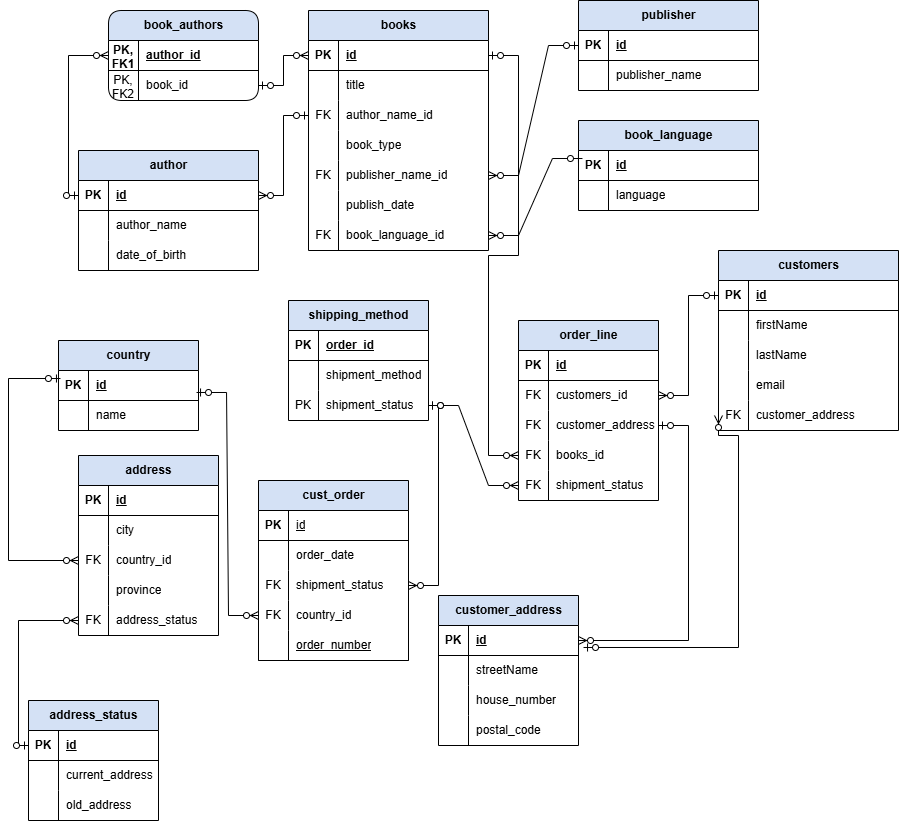
the7thsage376/Bookstore_Database keeps this draw.io diagram as Bookstore_Database.drawio.png. Above is the earlier version. Source tidied: cells renumbered, new cells last; positions are measured from the earlier drawing's top-left corner, leaving out a move shared by most shapes.
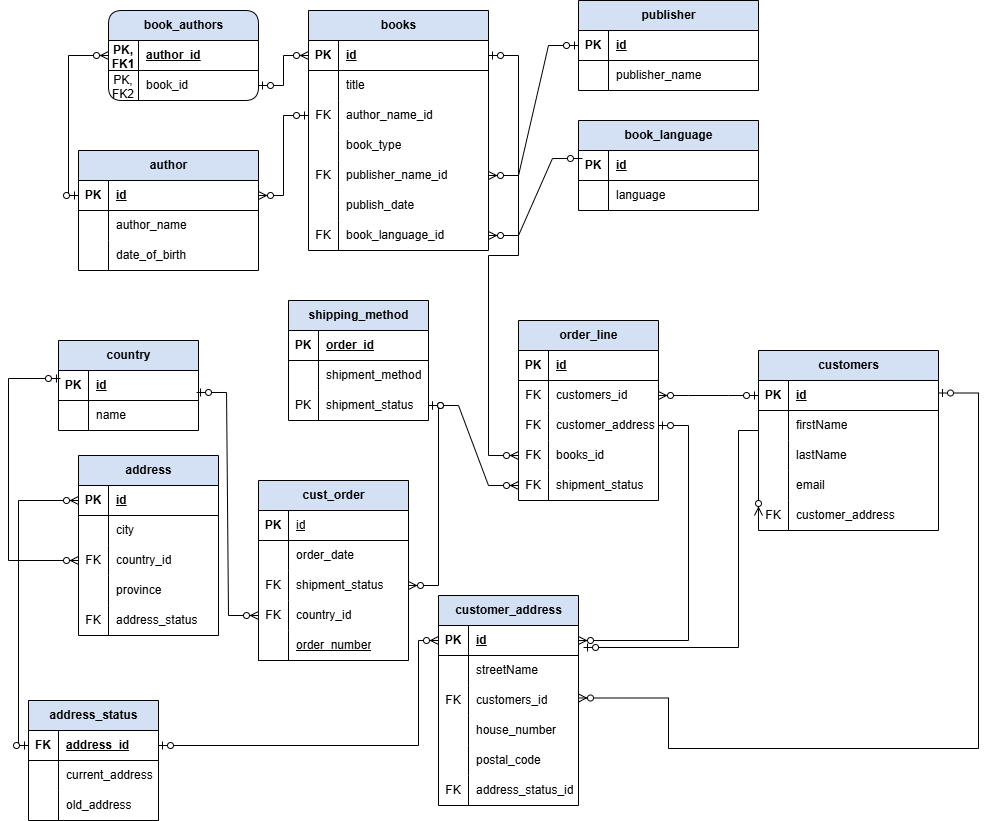
Later version of the same file.

Change to the diagram source:
```diff
@@ -29,10 +29,10 @@
     <mxCell id="10" style="shape=tableRow;horizontal=0;startSize=0;swimlaneHead=0;swimlaneBody=0;fillColor=none;points=[[0,0.5],[1,0.5]];portConstraint=eastwest;top=0;left=0;right=0;bottom=1;" parent="9" vertex="1">
       <mxGeometry y="30" width="130" height="30" as="geometry" />
     </mxCell>
-    <mxCell id="11" value="PK" style="shape=partialRectangle;fillColor=none;top=0;left=0;bottom=0;right=0;fontStyle=1;overflow=hidden;whiteSpace=wrap;html=1;" parent="10" vertex="1">
+    <mxCell id="11" value="FK" style="shape=partialRectangle;fillColor=none;top=0;left=0;bottom=0;right=0;fontStyle=1;overflow=hidden;whiteSpace=wrap;html=1;" parent="10" vertex="1">
       <mxGeometry width="30" height="30" as="geometry" />
     </mxCell>
-    <mxCell id="12" value="id" style="shape=partialRectangle;fillColor=none;top=0;left=0;bottom=0;right=0;align=left;spacingLeft=6;fontStyle=5;overflow=hidden;whiteSpace=wrap;html=1;" parent="10" vertex="1">
+    <mxCell id="12" value="address_id" style="shape=partialRectangle;fillColor=none;top=0;left=0;bottom=0;right=0;align=left;spacingLeft=6;fontStyle=5;overflow=hidden;whiteSpace=wrap;html=1;" parent="10" vertex="1">
       <mxGeometry x="30" width="100" height="30" as="geometry" />
     </mxCell>
     <mxCell id="13" style="shape=tableRow;horizontal=0;startSize=0;swimlaneHead=0;swimlaneBody=0;fillColor=none;top=0;left=0;right=0;bottom=0;" parent="9" vertex="1">
@@ -418,7 +418,7 @@
       <mxGeometry relative="1" as="geometry" />
     </mxCell>
     <mxCell id="137" value="customer_address" style="shape=table;startSize=30;rowLines=0;fontStyle=1;align=center;html=1;fillColor=#D4E1F5;" parent="1" vertex="1">
-      <mxGeometry x="430" y="595" width="140" height="150" as="geometry" />
+      <mxGeometry x="430" y="595" width="140" height="210" as="geometry" />
     </mxCell>
     <mxCell id="138" style="shape=tableRow;horizontal=0;startSize=0;swimlaneHead=0;swimlaneBody=0;fillColor=none;points=[[0,0.5],[1,0.5]];portConstraint=eastwest;top=0;left=0;right=0;bottom=1;" parent="137" vertex="1">
       <mxGeometry y="30" width="140" height="30" as="geometry" />
@@ -441,19 +441,37 @@
     <mxCell id="144" style="shape=tableRow;horizontal=0;startSize=0;swimlaneHead=0;swimlaneBody=0;fillColor=none;top=0;left=0;right=0;bottom=0;" parent="137" vertex="1">
       <mxGeometry y="90" width="140" height="30" as="geometry" />
     </mxCell>
-    <mxCell id="145" style="shape=partialRectangle;fillColor=none;top=0;left=0;bottom=0;right=0;overflow=hidden;whiteSpace=wrap;html=1;" parent="144" vertex="1">
+    <mxCell id="145" value="FK" style="shape=partialRectangle;fillColor=none;top=0;left=0;bottom=0;right=0;overflow=hidden;whiteSpace=wrap;html=1;" parent="144" vertex="1">
       <mxGeometry width="30" height="30" as="geometry" />
     </mxCell>
-    <mxCell id="146" value="house_number" style="shape=partialRectangle;fillColor=none;top=0;left=0;bottom=0;right=0;align=left;spacingLeft=6;overflow=hidden;whiteSpace=wrap;html=1;" parent="144" vertex="1">
+    <mxCell id="146" value="customers_id" style="shape=partialRectangle;fillColor=none;top=0;left=0;bottom=0;right=0;align=left;spacingLeft=6;overflow=hidden;whiteSpace=wrap;html=1;" parent="144" vertex="1">
       <mxGeometry x="30" width="110" height="30" as="geometry" />
     </mxCell>
+    <mxCell id="173" style="shape=tableRow;horizontal=0;startSize=0;swimlaneHead=0;swimlaneBody=0;fillColor=none;top=0;left=0;right=0;bottom=0;" parent="137" vertex="1">
+      <mxGeometry y="120" width="140" height="30" as="geometry" />
+    </mxCell>
+    <mxCell id="174" style="shape=partialRectangle;fillColor=none;top=0;left=0;bottom=0;right=0;overflow=hidden;whiteSpace=wrap;html=1;" parent="173" vertex="1">
+      <mxGeometry width="30" height="30" as="geometry" />
+    </mxCell>
+    <mxCell id="175" value="house_number" style="shape=partialRectangle;fillColor=none;top=0;left=0;bottom=0;right=0;align=left;spacingLeft=6;overflow=hidden;whiteSpace=wrap;html=1;" parent="173" vertex="1">
+      <mxGeometry x="30" width="110" height="30" as="geometry" />
+    </mxCell>
+    <mxCell id="176" style="shape=tableRow;horizontal=0;startSize=0;swimlaneHead=0;swimlaneBody=0;fillColor=none;top=0;left=0;right=0;bottom=0;" parent="137" vertex="1">
+      <mxGeometry y="150" width="140" height="30" as="geometry" />
+    </mxCell>
+    <mxCell id="177" style="shape=partialRectangle;fillColor=none;top=0;left=0;bottom=0;right=0;overflow=hidden;whiteSpace=wrap;html=1;" parent="176" vertex="1">
+      <mxGeometry width="30" height="30" as="geometry" />
+    </mxCell>
+    <mxCell id="178" value="postal_code" style="shape=partialRectangle;fillColor=none;top=0;left=0;bottom=0;right=0;align=left;spacingLeft=6;overflow=hidden;whiteSpace=wrap;html=1;" parent="176" vertex="1">
+      <mxGeometry x="30" width="110" height="30" as="geometry" />
+    </mxCell>
     <mxCell id="147" style="shape=tableRow;horizontal=0;startSize=0;swimlaneHead=0;swimlaneBody=0;fillColor=none;top=0;left=0;right=0;bottom=0;" parent="137" vertex="1">
-      <mxGeometry y="120" width="140" height="30" as="geometry" />
+      <mxGeometry y="180" width="140" height="30" as="geometry" />
     </mxCell>
-    <mxCell id="148" style="shape=partialRectangle;fillColor=none;top=0;left=0;bottom=0;right=0;overflow=hidden;whiteSpace=wrap;html=1;" parent="147" vertex="1">
+    <mxCell id="148" value="FK" style="shape=partialRectangle;fillColor=none;top=0;left=0;bottom=0;right=0;overflow=hidden;whiteSpace=wrap;html=1;" parent="147" vertex="1">
       <mxGeometry width="30" height="30" as="geometry" />
     </mxCell>
-    <mxCell id="149" value="postal_code" style="shape=partialRectangle;fillColor=none;top=0;left=0;bottom=0;right=0;align=left;spacingLeft=6;overflow=hidden;whiteSpace=wrap;html=1;" parent="147" vertex="1">
+    <mxCell id="149" value="address_status_id" style="shape=partialRectangle;fillColor=none;top=0;left=0;bottom=0;right=0;align=left;spacingLeft=6;overflow=hidden;whiteSpace=wrap;html=1;" parent="147" vertex="1">
       <mxGeometry x="30" width="110" height="30" as="geometry" />
     </mxCell>
     <mxCell id="150" style="edgeStyle=entityRelationEdgeStyle;fontSize=12;html=1;endArrow=ERzeroToMany;startArrow=ERzeroToOne;rounded=0;strokeWidth=1;entryX=1;entryY=0.5;entryDx=0;entryDy=0;" parent="1" edge="1" source="152" target="37">
@@ -465,7 +483,7 @@
       </mxGeometry>
     </mxCell>
     <mxCell id="151" value="customers" style="shape=table;startSize=30;rowLines=0;fontStyle=1;align=center;html=1;fillColor=#D4E1F5;" parent="1" vertex="1">
-      <mxGeometry x="710" y="250" width="180" height="180" as="geometry" />
+      <mxGeometry x="750" y="350" width="180" height="180" as="geometry" />
     </mxCell>
     <mxCell id="152" style="shape=tableRow;horizontal=0;startSize=0;swimlaneHead=0;swimlaneBody=0;fillColor=none;points=[[0,0.5],[1,0.5]];portConstraint=eastwest;top=0;left=0;right=0;bottom=1;" parent="151" vertex="1">
       <mxGeometry y="30" width="180" height="30" as="geometry" />
@@ -512,7 +530,7 @@
     <mxCell id="166" value="customer_address" style="shape=partialRectangle;fillColor=none;top=0;left=0;bottom=0;right=0;align=left;spacingLeft=6;overflow=hidden;whiteSpace=wrap;html=1;" parent="164" vertex="1">
       <mxGeometry x="30" width="150" height="30" as="geometry" />
     </mxCell>
-    <mxCell id="167" style="edgeStyle=orthogonalEdgeStyle;fontSize=12;html=1;endArrow=ERzeroToMany;startArrow=ERzeroToOne;rounded=0;strokeWidth=1;entryX=0;entryY=0.5;entryDx=0;entryDy=0;exitX=0;exitY=0.5;exitDx=0;exitDy=0;" parent="1" edge="1" source="10" target="131">
+    <mxCell id="167" style="edgeStyle=orthogonalEdgeStyle;fontSize=12;html=1;endArrow=ERzeroToMany;startArrow=ERzeroToOne;rounded=0;strokeWidth=1;exitX=0;exitY=0.5;exitDx=0;exitDy=0;entryX=0;entryY=0.5;entryDx=0;entryDy=0;" parent="1" edge="1" source="10" target="119">
       <mxGeometry relative="1" as="geometry" />
     </mxCell>
     <mxCell id="168" style="edgeStyle=entityRelationEdgeStyle;fontSize=12;html=1;endArrow=ERzeroToMany;startArrow=ERzeroToOne;rounded=0;strokeWidth=1;entryX=0;entryY=0.5;entryDx=0;entryDy=0;exitX=0.986;exitY=0.733;exitDx=0;exitDy=0;exitPerimeter=0;" parent="1" edge="1" source="66" target="59">
@@ -541,9 +559,30 @@
       <mxGeometry relative="1" as="geometry">
         <Array as="points">
           <mxPoint x="730" y="647" />
-          <mxPoint x="730" y="435" />
+          <mxPoint x="730" y="430" />
+          <mxPoint x="750" y="430" />
         </Array>
       </mxGeometry>
     </mxCell>
+    <mxCell id="179" style="edgeStyle=orthogonalEdgeStyle;fontSize=12;html=1;endArrow=ERzeroToMany;startArrow=ERzeroToOne;rounded=0;strokeWidth=1;entryX=0;entryY=0.5;entryDx=0;entryDy=0;exitX=1;exitY=0.5;exitDx=0;exitDy=0;" parent="1" edge="1" source="10" target="138">
+      <mxGeometry relative="1" as="geometry">
+        <Array as="points">
+          <mxPoint x="410" y="745" />
+          <mxPoint x="410" y="640" />
+        </Array>
+      </mxGeometry>
+    </mxCell>
+    <mxCell id="180" style="edgeStyle=orthogonalEdgeStyle;fontSize=12;html=1;endArrow=ERzeroToMany;startArrow=ERzeroToOne;rounded=0;strokeWidth=1;entryX=1;entryY=0.5;entryDx=0;entryDy=0;exitX=1;exitY=0.5;exitDx=0;exitDy=0;" parent="1" edge="1">
+      <mxGeometry relative="1" as="geometry">
+        <mxPoint x="930" y="392.5" as="sourcePoint" />
+        <mxPoint x="570" y="697.5" as="targetPoint" />
+        <Array as="points">
+          <mxPoint x="970" y="393" />
+          <mxPoint x="970" y="748" />
+          <mxPoint x="660" y="748" />
+          <mxPoint x="660" y="698" />
+        </Array>
+      </mxGeometry>
+    </mxCell>
   </root>
 </mxGraphModel>
```
